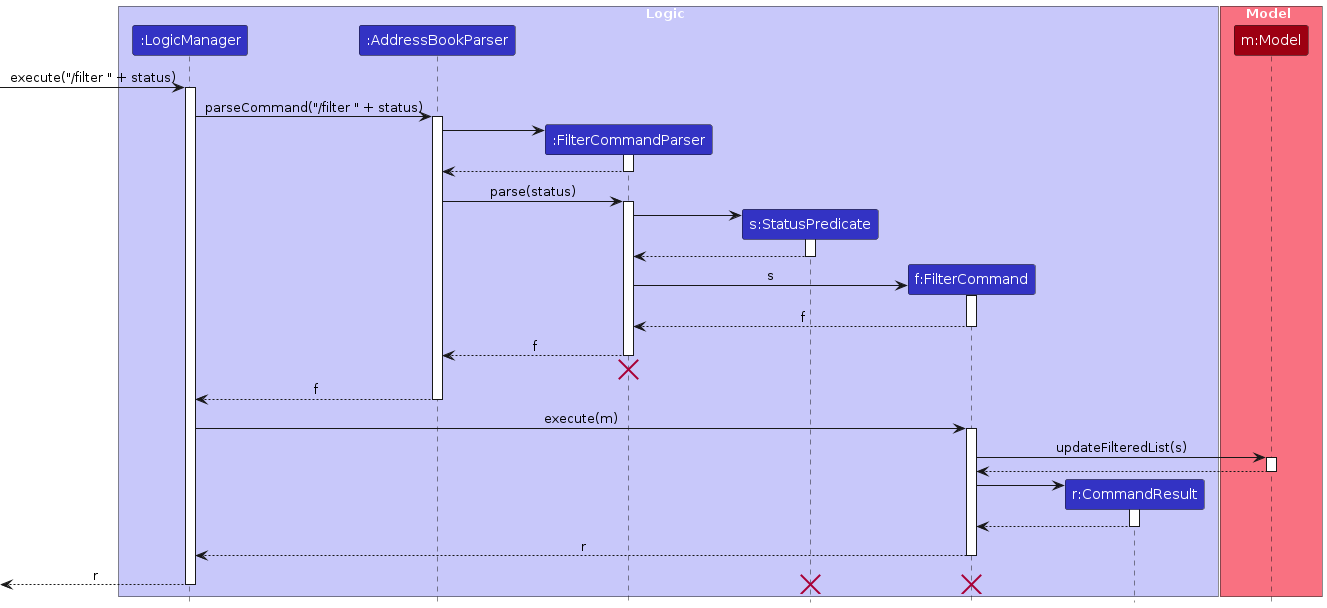
This is diagrams/FilterSequenceDiagram.png from woke02/tp, a PlantUML export, as it was before one commit. Its source is kept beside it as diagrams/FilterSequenceDiagram.puml.
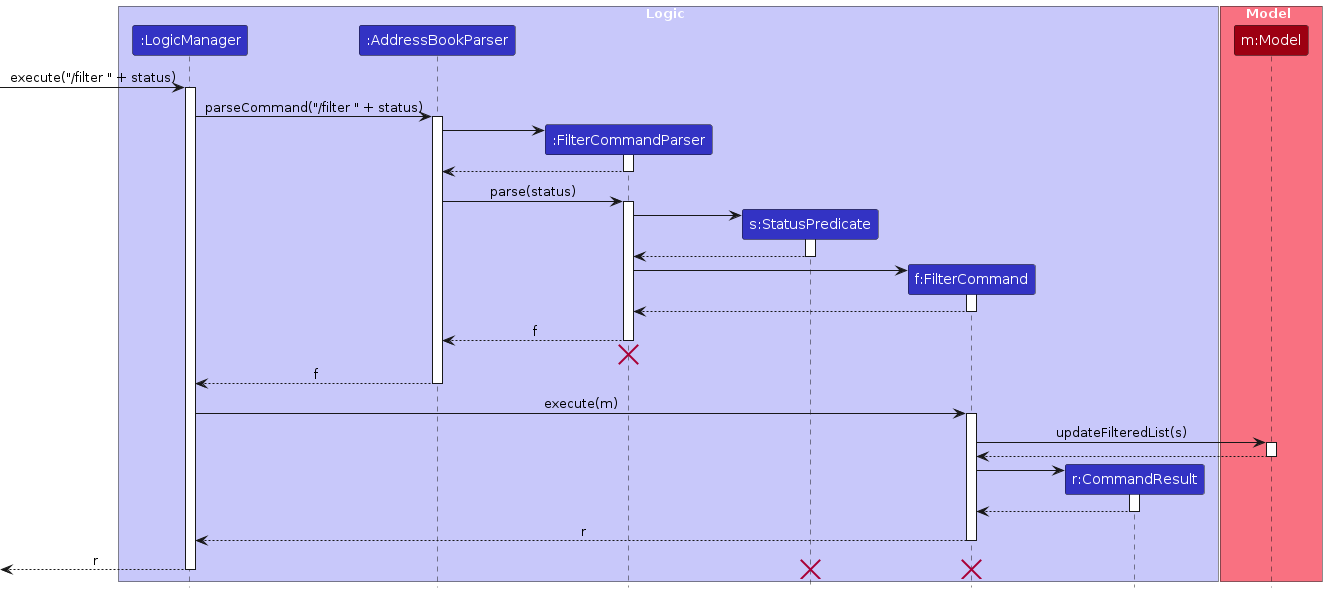
Above is the later version.

What changed in the source:
```diff
@@ -40,10 +40,10 @@
 deactivate StatusPredicate
 
 create FilterCommand
-FilterCommandParser -> FilterCommand : s
+FilterCommandParser -> FilterCommand :
 activate FilterCommand
 
-FilterCommand --> FilterCommandParser : f
+FilterCommand --> FilterCommandParser :
 deactivate FilterCommand
 
 FilterCommandParser --> AddressBookParser : f
```
